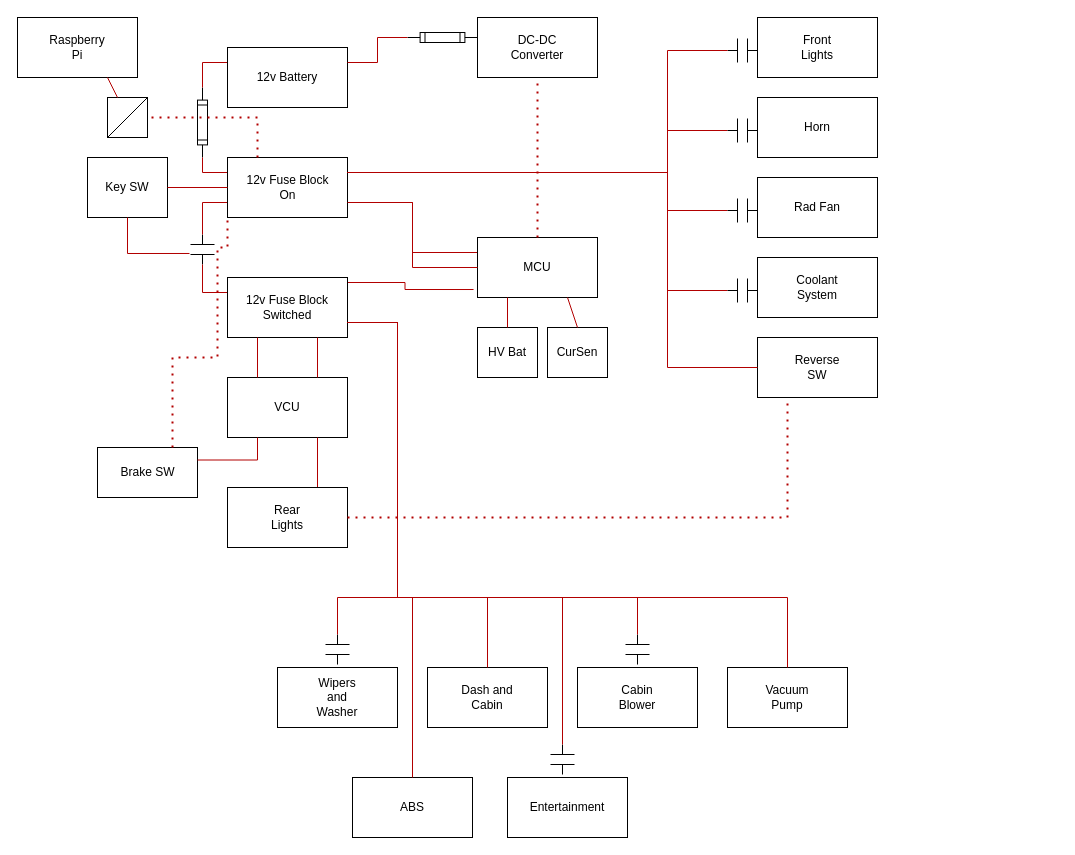
Before: ElectricalLowVoltage.drawio in cdvanhorn/ForsanRaneaf, a draw.io diagram. Source tidied: cells renumbered, new cells numbered last; positions are measured from the earlier drawing's top-left corner, leaving out a move shared by most shapes. Both pictures are drawn from the tidied source at 100%, with x=0, y=0 at pixel (17, 17).
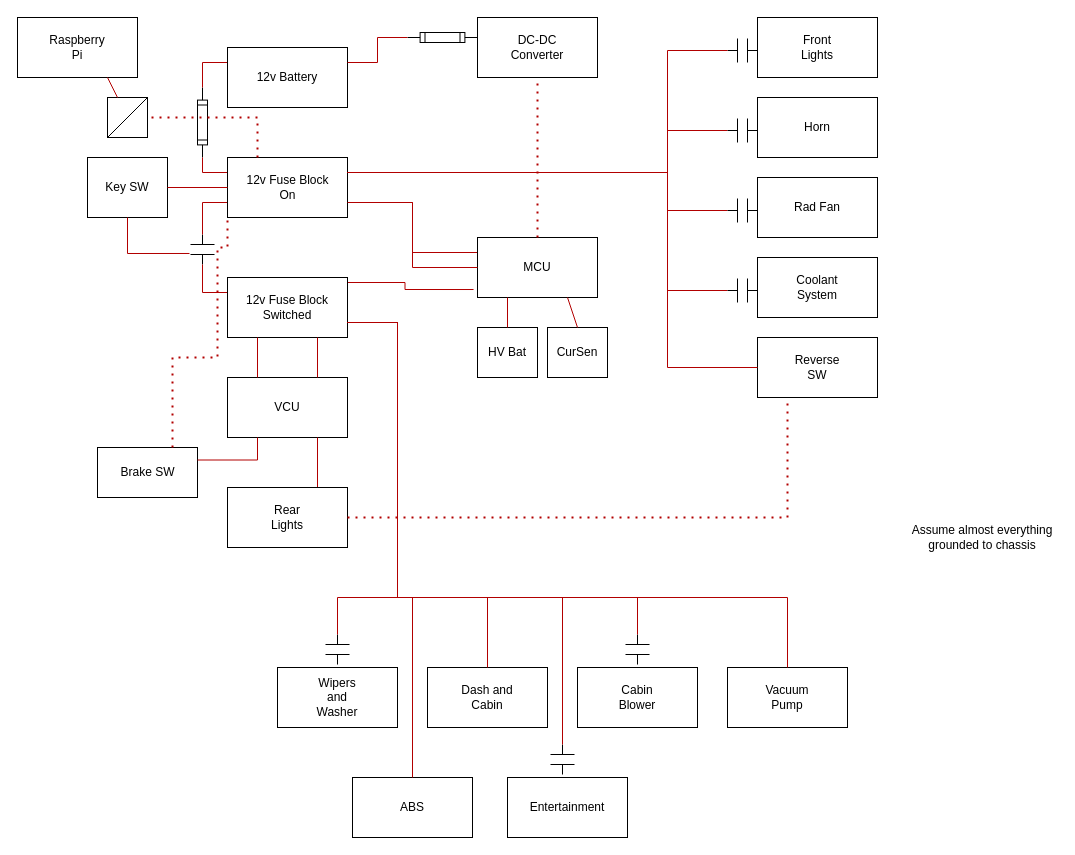
The same diagram, later.

Commit message:
added grounding note

Change to the diagram source:
```diff
@@
+    <mxCell id="108" value="Assume almost everything grounded to chassis" style="text;html=1;align=center;verticalAlign=middle;whiteSpace=wrap;rounded=0;" parent="1" vertex="1">
+      <mxGeometry x="890" y="480" width="150" height="80" as="geometry" />
+    </mxCell>
```
